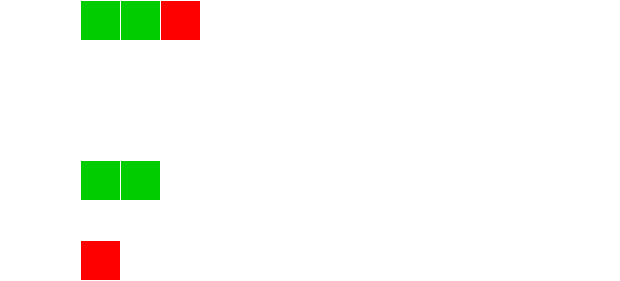
Earlier version of the draw.io export docs/Wiki/Parallelisation/diagrams/rendered/splitting.png (butterplup/Task-Scheduler). Source tidied: cells renumbered, new cells last; positions are measured from the earlier drawing's top-left corner, leaving out a move shared by most shapes.
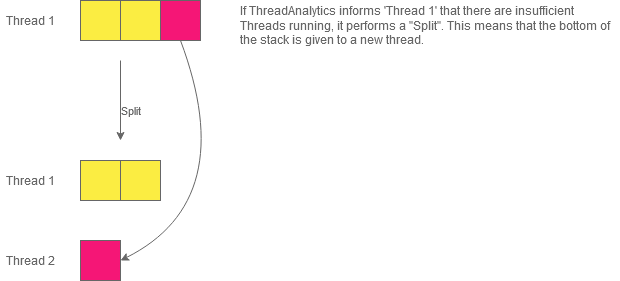
Later version of the same file.

What changed in the source:
```diff
@@ -2,43 +2,43 @@
   <root>
     <mxCell id="0" />
     <mxCell id="1" parent="0" />
-    <mxCell id="2" value="Thread 1" style="text;html=1;strokeColor=none;fillColor=none;align=center;verticalAlign=middle;whiteSpace=wrap;rounded=0;fontColor=#FFFFFF;" parent="1" vertex="1">
+    <mxCell id="2" value="Thread 1" style="text;html=1;strokeColor=none;fillColor=none;align=center;verticalAlign=middle;whiteSpace=wrap;rounded=0;fontColor=#666666;" parent="1" vertex="1">
       <mxGeometry y="10" width="60" height="20" as="geometry" />
     </mxCell>
-    <mxCell id="3" style="rounded=0;whiteSpace=wrap;html=1;fillColor=#00CC00;strokeColor=#FFFFFF;" parent="1" vertex="1">
+    <mxCell id="3" style="rounded=0;whiteSpace=wrap;html=1;fillColor=#FBED42;strokeColor=#666666;" parent="1" vertex="1">
       <mxGeometry x="80" width="40" height="40" as="geometry" />
     </mxCell>
-    <mxCell id="4" style="rounded=0;whiteSpace=wrap;html=1;fillColor=#00CC00;strokeColor=#FFFFFF;" parent="1" vertex="1">
+    <mxCell id="4" style="rounded=0;whiteSpace=wrap;html=1;fillColor=#FBED42;strokeColor=#666666;" parent="1" vertex="1">
       <mxGeometry x="120" width="40" height="40" as="geometry" />
     </mxCell>
-    <mxCell id="5" value="&lt;div align=&quot;left&quot;&gt;If ThreadAnalytics informs 'Thread 1' that there are insufficient Threads running, it performs a &quot;Split&quot;. This means that the bottom of the stack is given to a new thread.&lt;br&gt;&lt;/div&gt;" style="text;html=1;strokeColor=none;fillColor=none;align=center;verticalAlign=middle;whiteSpace=wrap;rounded=0;fontColor=#FFFFFF;" parent="1" vertex="1">
+    <mxCell id="5" value="&lt;div align=&quot;left&quot;&gt;If ThreadAnalytics informs 'Thread 1' that there are insufficient Threads running, it performs a &quot;Split&quot;. This means that the bottom of the stack is given to a new thread.&lt;br&gt;&lt;/div&gt;" style="text;html=1;strokeColor=none;fillColor=none;align=center;verticalAlign=middle;whiteSpace=wrap;rounded=0;fontColor=#666666;" parent="1" vertex="1">
       <mxGeometry x="239" width="380" height="50" as="geometry" />
     </mxCell>
-    <mxCell id="6" value="Split" style="endArrow=classic;html=1;fontColor=#FFFFFF;strokeColor=#FFFFFF;labelBackgroundColor=none;" parent="1" edge="1">
+    <mxCell id="6" value="Split" style="endArrow=classic;html=1;labelBackgroundColor=none;strokeColor=#666666;fontColor=#666666;" parent="1" edge="1">
       <mxGeometry x="0.25" y="10" relative="1" as="geometry">
         <mxPoint x="120" y="60" as="sourcePoint" />
         <mxPoint x="120" y="140" as="targetPoint" />
       </mxGeometry>
     </mxCell>
-    <mxCell id="7" value="Thread 1" style="text;html=1;strokeColor=none;fillColor=none;align=center;verticalAlign=middle;whiteSpace=wrap;rounded=0;fontColor=#FFFFFF;" parent="1" vertex="1">
+    <mxCell id="7" value="Thread 1" style="text;html=1;strokeColor=none;fillColor=none;align=center;verticalAlign=middle;whiteSpace=wrap;rounded=0;fontColor=#666666;" parent="1" vertex="1">
       <mxGeometry y="170" width="60" height="20" as="geometry" />
     </mxCell>
-    <mxCell id="8" style="rounded=0;whiteSpace=wrap;html=1;fillColor=#00CC00;strokeColor=#FFFFFF;" parent="1" vertex="1">
+    <mxCell id="8" style="rounded=0;whiteSpace=wrap;html=1;fillColor=#FBED42;strokeColor=#666666;" parent="1" vertex="1">
       <mxGeometry x="80" y="160" width="40" height="40" as="geometry" />
     </mxCell>
-    <mxCell id="9" value="&lt;div&gt;Thread 2&lt;/div&gt;" style="text;html=1;strokeColor=none;fillColor=none;align=center;verticalAlign=middle;whiteSpace=wrap;rounded=0;fontColor=#FFFFFF;" parent="1" vertex="1">
+    <mxCell id="9" value="&lt;div&gt;Thread 2&lt;/div&gt;" style="text;html=1;strokeColor=none;fillColor=none;align=center;verticalAlign=middle;whiteSpace=wrap;rounded=0;fontColor=#666666;" parent="1" vertex="1">
       <mxGeometry y="250" width="60" height="20" as="geometry" />
     </mxCell>
-    <mxCell id="10" style="rounded=0;whiteSpace=wrap;html=1;fillColor=#FF0000;strokeColor=#FFFFFF;" parent="1" vertex="1">
+    <mxCell id="10" style="rounded=0;whiteSpace=wrap;html=1;fillColor=#F51676;strokeColor=#666666;" parent="1" vertex="1">
       <mxGeometry x="80" y="240" width="40" height="40" as="geometry" />
     </mxCell>
-    <mxCell id="11" style="rounded=0;whiteSpace=wrap;html=1;fillColor=#FF0000;strokeColor=#FFFFFF;" parent="1" vertex="1">
+    <mxCell id="11" style="rounded=0;whiteSpace=wrap;html=1;fillColor=#F51676;strokeColor=#666666;" parent="1" vertex="1">
       <mxGeometry x="160" width="40" height="40" as="geometry" />
     </mxCell>
-    <mxCell id="12" style="rounded=0;whiteSpace=wrap;html=1;fillColor=#00CC00;strokeColor=#FFFFFF;" parent="1" vertex="1">
+    <mxCell id="12" style="rounded=0;whiteSpace=wrap;html=1;fillColor=#FBED42;strokeColor=#666666;" parent="1" vertex="1">
       <mxGeometry x="120" y="160" width="40" height="40" as="geometry" />
     </mxCell>
-    <mxCell id="13" style="endArrow=classic;html=1;exitX=0.5;exitY=1;exitDx=0;exitDy=0;entryX=1;entryY=0.5;entryDx=0;entryDy=0;curved=1;strokeColor=#FFFFFF;" parent="1" edge="1" source="11" target="10">
+    <mxCell id="13" style="endArrow=classic;html=1;exitX=0.5;exitY=1;exitDx=0;exitDy=0;entryX=1;entryY=0.5;entryDx=0;entryDy=0;curved=1;strokeColor=#666666;" parent="1" edge="1" source="11" target="10">
       <mxGeometry relative="1" as="geometry">
         <Array as="points">
           <mxPoint x="240" y="200" />
```
